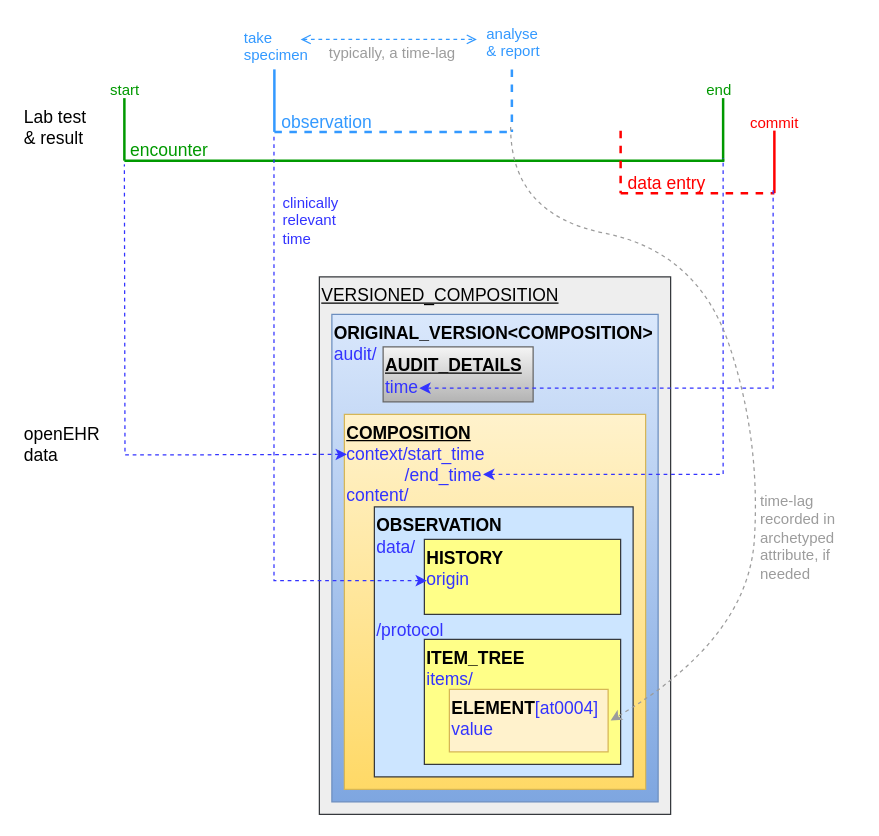
Before: docs/ehr/diagrams/time_in_the_ehr-lab.drawio in openEHR/specifications-RM, a draw.io diagram. Source tidied: cells renumbered, new cells numbered last; positions are measured from the earlier drawing's top-left corner, leaving out a move shared by most shapes. Both pictures are drawn from the tidied source at 125%, with x=0, y=0 at pixel (21, 21).
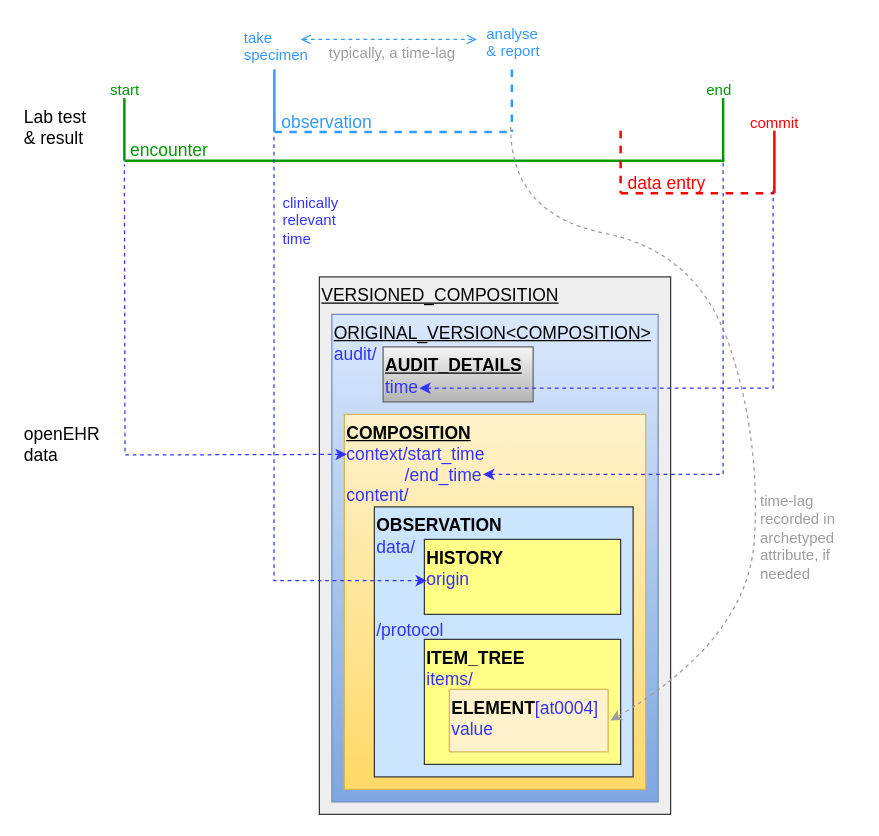
Above is the later version.

Change to the diagram source:
```diff
@@
-    <mxCell id="21" value="&lt;b&gt;ORIGINAL_VERSION&amp;lt;COMPOSITION&amp;gt;&lt;/b&gt;&lt;br&gt;&lt;font color=&quot;#3333ff&quot;&gt;audit/&lt;/font&gt;" style="rounded=0;whiteSpace=wrap;html=1;fontSize=14;verticalAlign=top;align=left;fillColor=#dae8fc;strokeColor=#6c8ebf;gradientColor=#7ea6e0;" parent="1" vertex="1">
+    <mxCell id="21" value="&lt;span&gt;&lt;u&gt;ORIGINAL_VERSION&amp;lt;COMPOSITION&amp;gt;&lt;/u&gt;&lt;/span&gt;&lt;br&gt;&lt;font color=&quot;#3333ff&quot;&gt;audit/&lt;/font&gt;" style="rounded=0;whiteSpace=wrap;html=1;fontSize=14;verticalAlign=top;align=left;fillColor=#dae8fc;strokeColor=#6c8ebf;gradientColor=#7ea6e0;fontStyle=0;" parent="1" vertex="1">
       <mxGeometry x="248" y="234" width="261" height="390" as="geometry" />
     </mxCell>
```
